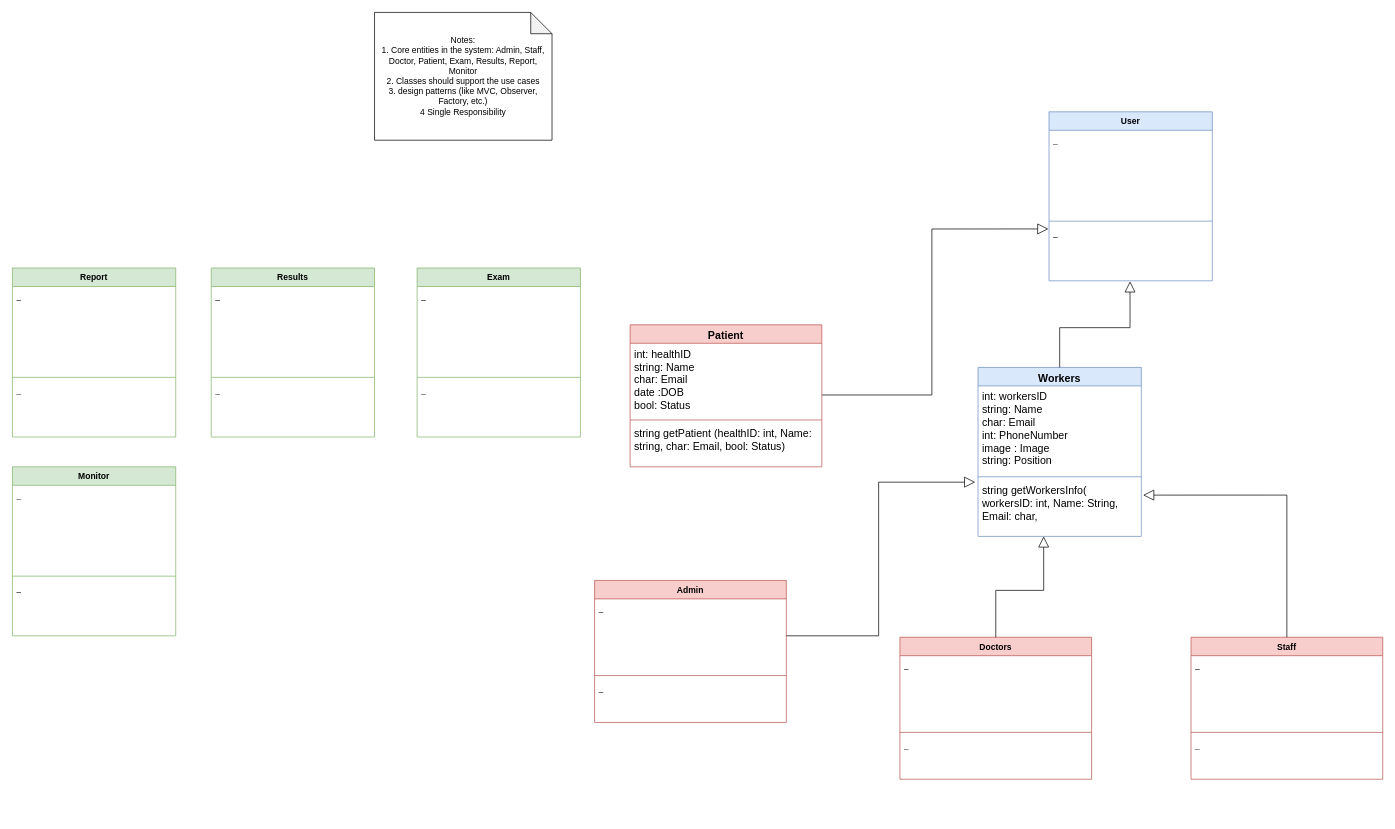
The draw.io diagram Project_Documentation/class_design/3.1 Logical Viewpoint.drawio in IndecentTulip/Online-Health-Monitoring-System, before the edit. Source tidied: cells renumbered, new cells numbered last; positions are measured from the earlier drawing's top-left corner, leaving out a move shared by most shapes. Both pictures are drawn from the tidied source at 71%, with x=0, y=0 at pixel (12, 12).
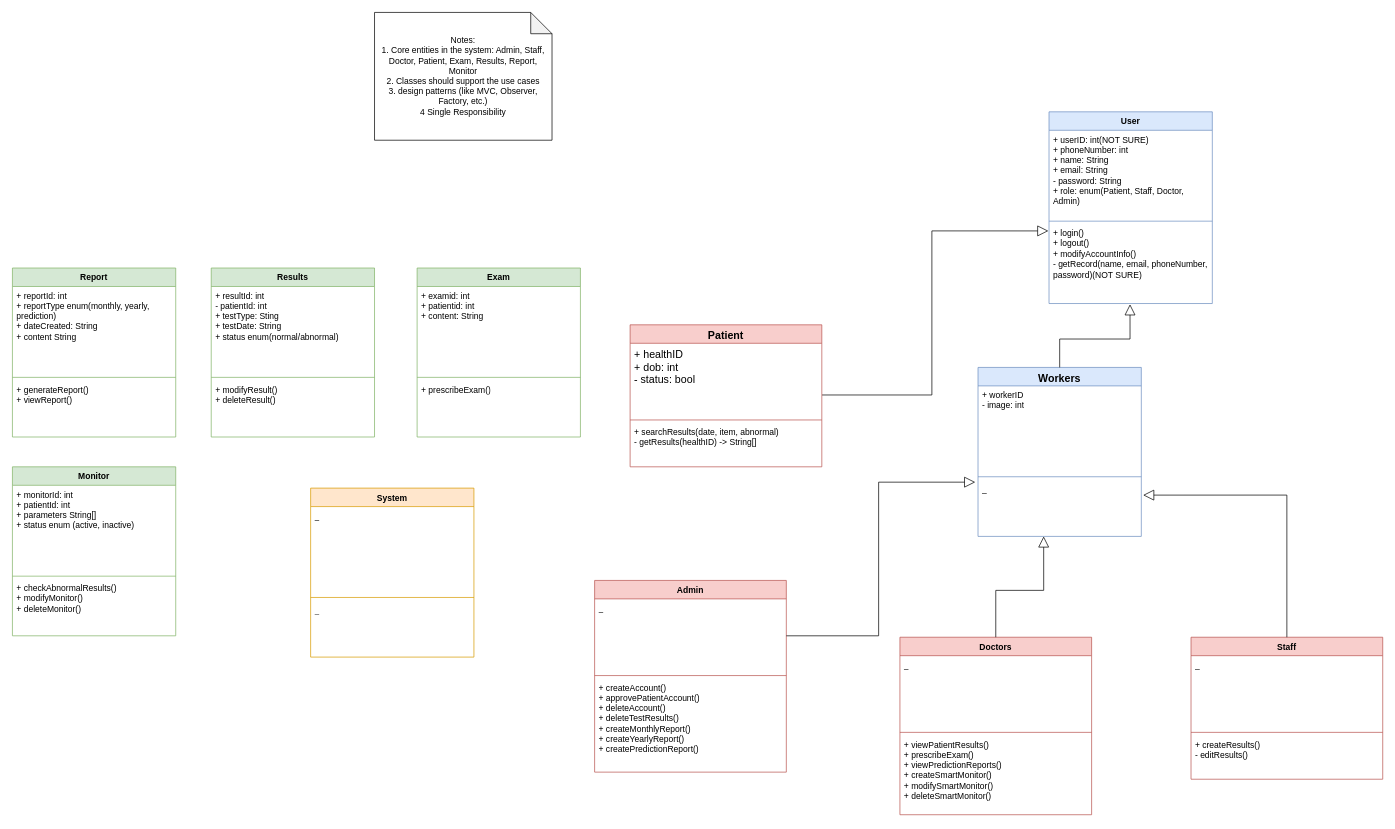
After the change.

The change refers to these unchanged cells:
```xml
<mxCell id="2" value="&lt;font style=&quot;font-size: 15px;&quot;&gt;Workers&lt;/font&gt;" style="swimlane;fontStyle=1;align=center;verticalAlign=top;horizontal=1;startSize=26;whiteSpace=wrap;html=1;fillColor=#dae8fc;strokeColor=#6c8ebf;" parent="1" vertex="1">
  <mxGeometry x="1360" y="500" width="230" height="238" as="geometry" />
</mxCell>
<mxCell id="11" value="Staff" style="swimlane;fontStyle=1;align=center;verticalAlign=top;horizontal=1;startSize=26;whiteSpace=wrap;html=1;fillColor=#f8cecc;strokeColor=#b85450;" parent="1" vertex="1">
  <mxGeometry x="1660" y="880" width="270" height="200" as="geometry" />
</mxCell>
<mxCell id="28" value="&lt;font style=&quot;font-size: 15px;&quot;&gt;Patient&lt;/font&gt;" style="swimlane;fontStyle=1;align=center;verticalAlign=top;horizontal=1;startSize=26;whiteSpace=wrap;html=1;fillColor=#f8cecc;strokeColor=#b85450;" parent="1" vertex="1">
  <mxGeometry x="870" y="440" width="270" height="200" as="geometry" />
</mxCell>
<mxCell id="32" value="Results" style="swimlane;fontStyle=1;align=center;verticalAlign=top;horizontal=1;startSize=26;whiteSpace=wrap;html=1;fillColor=#d5e8d4;strokeColor=#82b366;" parent="1" vertex="1">
  <mxGeometry x="280" y="360" width="230" height="238" as="geometry" />
</mxCell>
<mxCell id="36" value="Exam" style="swimlane;fontStyle=1;align=center;verticalAlign=top;horizontal=1;startSize=26;whiteSpace=wrap;html=1;fillColor=#d5e8d4;strokeColor=#82b366;" parent="1" vertex="1">
  <mxGeometry x="570" y="360" width="230" height="238" as="geometry" />
</mxCell>
<mxCell id="40" value="Report" style="swimlane;fontStyle=1;align=center;verticalAlign=top;horizontal=1;startSize=26;whiteSpace=wrap;html=1;fillColor=#d5e8d4;strokeColor=#82b366;" parent="1" vertex="1">
  <mxGeometry y="360" width="230" height="238" as="geometry" />
</mxCell>
<mxCell id="44" value="Monitor" style="swimlane;fontStyle=1;align=center;verticalAlign=top;horizontal=1;startSize=26;whiteSpace=wrap;html=1;fillColor=#d5e8d4;strokeColor=#82b366;" parent="1" vertex="1">
  <mxGeometry y="640" width="230" height="238" as="geometry" />
</mxCell>
```

Diff of the diagram source:
```diff
@@
-    <mxCell id="3" value="&lt;font style=&quot;font-size: 15px;&quot;&gt;int: workersID&lt;/font&gt;&lt;div&gt;&lt;font style=&quot;font-size: 15px;&quot;&gt;string: Name&lt;/font&gt;&lt;/div&gt;&lt;div&gt;&lt;font style=&quot;font-size: 15px;&quot;&gt;char: Email&lt;/font&gt;&lt;/div&gt;&lt;div&gt;&lt;font style=&quot;font-size: 15px;&quot;&gt;int: PhoneNumber&lt;/font&gt;&lt;/div&gt;&lt;div&gt;&lt;font style=&quot;font-size: 15px;&quot;&gt;image : Image&lt;/font&gt;&lt;/div&gt;&lt;div&gt;&lt;font style=&quot;font-size: 15px;&quot;&gt;string: Position&lt;/font&gt;&lt;/div&gt;" style="text;strokeColor=none;fillColor=none;align=left;verticalAlign=top;spacingLeft=4;spacingRight=4;overflow=hidden;whiteSpace=wrap;html=1;" parent="2" vertex="1">
+    <mxCell id="3" value="+ workerID&lt;br&gt;&lt;div&gt;- image: int&lt;/div&gt;&lt;div&gt;&lt;br&gt;&lt;/div&gt;" style="text;strokeColor=none;fillColor=none;align=left;verticalAlign=top;spacingLeft=4;spacingRight=4;overflow=hidden;whiteSpace=wrap;html=1;" parent="2" vertex="1">
       <mxGeometry y="26" width="230" height="124" as="geometry" />
     </mxCell>
@@
-    <mxCell id="5" value="&lt;span style=&quot;font-size: 15px;&quot;&gt;string getWorkersInfo( workersID: int, Name: String, Email: char,&lt;/span&gt;" style="text;strokeColor=none;fillColor=none;align=left;verticalAlign=top;spacingLeft=4;spacingRight=4;overflow=hidden;points=[[0,0.5],[1,0.5]];portConstraint=eastwest;whiteSpace=wrap;html=1;" parent="2" vertex="1">
+    <mxCell id="5" value="_" style="text;strokeColor=none;fillColor=none;align=left;verticalAlign=top;spacingLeft=4;spacingRight=4;overflow=hidden;points=[[0,0.5],[1,0.5]];portConstraint=eastwest;whiteSpace=wrap;html=1;" parent="2" vertex="1">
       <mxGeometry y="158" width="230" height="80" as="geometry" />
     </mxCell>
@@
     <mxCell id="7" value="Admin" style="swimlane;fontStyle=1;align=center;verticalAlign=top;horizontal=1;startSize=26;whiteSpace=wrap;html=1;fillColor=#f8cecc;strokeColor=#b85450;" parent="1" vertex="1">
-      <mxGeometry x="820" y="800" width="270" height="200" as="geometry" />
+      <mxGeometry x="820" y="800" width="270" height="270" as="geometry" />
     </mxCell>
@@
-    <mxCell id="10" value="_" style="text;strokeColor=none;fillColor=none;align=left;verticalAlign=top;spacingLeft=4;spacingRight=4;overflow=hidden;whiteSpace=wrap;html=1;" parent="7" vertex="1">
-      <mxGeometry y="138" width="270" height="62" as="geometry" />
+    <mxCell id="10" value="+ createAccount()&lt;br&gt;+ approvePatientAccount()&lt;br&gt;+ deleteAccount()&lt;br&gt;+ deleteTestResults()&lt;br&gt;+ createMonthlyReport()&lt;br&gt;+ createYearlyReport()&lt;br&gt;+ createPredictionReport()&lt;br&gt;&lt;div&gt;&lt;br/&gt;&lt;/div&gt;" style="text;strokeColor=none;fillColor=none;align=left;verticalAlign=top;spacingLeft=4;spacingRight=4;overflow=hidden;whiteSpace=wrap;html=1;" parent="7" vertex="1">
+      <mxGeometry y="138" width="270" height="132" as="geometry" />
     </mxCell>
@@
-    <mxCell id="14" value="_" style="text;strokeColor=none;fillColor=none;align=left;verticalAlign=top;spacingLeft=4;spacingRight=4;overflow=hidden;whiteSpace=wrap;html=1;" parent="11" vertex="1">
+    <mxCell id="14" value="+ createResults()&lt;br&gt;- editResults()" style="text;strokeColor=none;fillColor=none;align=left;verticalAlign=top;spacingLeft=4;spacingRight=4;overflow=hidden;whiteSpace=wrap;html=1;" parent="11" vertex="1">
       <mxGeometry y="138" width="270" height="62" as="geometry" />
     </mxCell>
     <mxCell id="15" value="Doctors" style="swimlane;fontStyle=1;align=center;verticalAlign=top;horizontal=1;startSize=26;whiteSpace=wrap;html=1;fillColor=#f8cecc;strokeColor=#b85450;" parent="1" vertex="1">
-      <mxGeometry x="1250" y="880" width="270" height="200" as="geometry" />
+      <mxGeometry x="1250" y="880" width="270" height="250" as="geometry" />
     </mxCell>
@@
-    <mxCell id="18" value="_" style="text;strokeColor=none;fillColor=none;align=left;verticalAlign=top;spacingLeft=4;spacingRight=4;overflow=hidden;whiteSpace=wrap;html=1;" parent="15" vertex="1">
-      <mxGeometry y="138" width="270" height="62" as="geometry" />
+    <mxCell id="18" value="+ viewPatientResults()&lt;br&gt;+ prescribeExam()&lt;br&gt;+ viewPredictionReports()&lt;br&gt;+ createSmartMonitor()&lt;br&gt;+ modifySmartMonitor()&lt;br&gt;+ deleteSmartMonitor()&lt;br&gt;&lt;div&gt;&lt;br&gt;&lt;/div&gt;" style="text;strokeColor=none;fillColor=none;align=left;verticalAlign=top;spacingLeft=4;spacingRight=4;overflow=hidden;whiteSpace=wrap;html=1;" parent="15" vertex="1">
+      <mxGeometry y="138" width="270" height="112" as="geometry" />
     </mxCell>
@@
     <mxCell id="22" value="User" style="swimlane;fontStyle=1;align=center;verticalAlign=top;horizontal=1;startSize=26;whiteSpace=wrap;html=1;fillColor=#dae8fc;strokeColor=#6c8ebf;" parent="1" vertex="1">
-      <mxGeometry x="1460" y="140" width="230" height="238" as="geometry" />
+      <mxGeometry x="1460" y="140" width="230" height="270" as="geometry" />
     </mxCell>
-    <mxCell id="23" value="_" style="text;strokeColor=none;fillColor=none;align=left;verticalAlign=top;spacingLeft=4;spacingRight=4;overflow=hidden;whiteSpace=wrap;html=1;" parent="22" vertex="1">
+    <mxCell id="23" value="&lt;div&gt;+ userID: int(NOT SURE)&lt;/div&gt;&lt;div&gt;+ phoneNumber: int&lt;br&gt;&lt;/div&gt;&lt;div&gt;+ name: String&lt;/div&gt;&lt;div&gt;+ email: String&lt;/div&gt;&lt;div&gt;- password: String&lt;/div&gt;&lt;div&gt;+ role: enum(Patient, Staff, Doctor, Admin)&lt;/div&gt;" style="text;strokeColor=none;fillColor=none;align=left;verticalAlign=top;spacingLeft=4;spacingRight=4;overflow=hidden;whiteSpace=wrap;html=1;" parent="22" vertex="1">
       <mxGeometry y="26" width="230" height="124" as="geometry" />
     </mxCell>
@@
-    <mxCell id="25" value="_" style="text;strokeColor=none;fillColor=none;align=left;verticalAlign=top;spacingLeft=4;spacingRight=4;overflow=hidden;points=[[0,0.5],[1,0.5]];portConstraint=eastwest;whiteSpace=wrap;html=1;" parent="22" vertex="1">
-      <mxGeometry y="158" width="230" height="80" as="geometry" />
+    <mxCell id="25" value="&lt;div&gt;+ login()&lt;/div&gt;&lt;div&gt;+ logout()&lt;/div&gt;&lt;div&gt;+ modifyAccountInfo()&lt;/div&gt;&lt;div&gt;- getRecord(name, email, phoneNumber, password)(NOT SURE)&lt;br&gt;&lt;/div&gt;" style="text;strokeColor=none;fillColor=none;align=left;verticalAlign=top;spacingLeft=4;spacingRight=4;overflow=hidden;points=[[0,0.5],[1,0.5]];portConstraint=eastwest;whiteSpace=wrap;html=1;" parent="22" vertex="1">
+      <mxGeometry y="158" width="230" height="112" as="geometry" />
     </mxCell>
@@
-    <mxCell id="29" value="&lt;font style=&quot;font-size: 15px;&quot;&gt;int: healthID&lt;/font&gt;&lt;div&gt;&lt;font style=&quot;font-size: 15px;&quot;&gt;string: Name&lt;/font&gt;&lt;/div&gt;&lt;div&gt;&lt;font style=&quot;font-size: 15px;&quot;&gt;char: Email&lt;/font&gt;&lt;/div&gt;&lt;div&gt;&lt;span style=&quot;font-size: 15px;&quot;&gt;date :DOB&lt;/span&gt;&lt;/div&gt;&lt;div&gt;&lt;font style=&quot;font-size: 15px;&quot;&gt;bool: Status&lt;/font&gt;&lt;/div&gt;&lt;div&gt;&lt;font style=&quot;font-size: 15px;&quot;&gt;&lt;br&gt;&lt;br&gt;&lt;/font&gt;&lt;/div&gt;" style="text;strokeColor=none;fillColor=none;align=left;verticalAlign=top;spacingLeft=4;spacingRight=4;overflow=hidden;points=[[0,0.5],[1,0.5]];portConstraint=eastwest;whiteSpace=wrap;html=1;" parent="28" vertex="1">
+    <mxCell id="29" value="&lt;div&gt;&lt;span style=&quot;font-size: 15px;&quot;&gt;+ healthID&lt;br&gt;+ dob: int&lt;br&gt;- status: bool&lt;/span&gt;&lt;font style=&quot;font-size: 15px;&quot;&gt;&lt;br&gt;&lt;br&gt;&lt;/font&gt;&lt;/div&gt;" style="text;strokeColor=none;fillColor=none;align=left;verticalAlign=top;spacingLeft=4;spacingRight=4;overflow=hidden;points=[[0,0.5],[1,0.5]];portConstraint=eastwest;whiteSpace=wrap;html=1;" parent="28" vertex="1">
       <mxGeometry y="26" width="270" height="104" as="geometry" />
     </mxCell>
@@
-    <mxCell id="31" value="&lt;span style=&quot;font-size: 15px;&quot;&gt;string getPatient (healthID: int, Name: string, char: Email, bool: Status) &lt;br&gt;&lt;/span&gt;" style="text;strokeColor=none;fillColor=none;align=left;verticalAlign=top;spacingLeft=4;spacingRight=4;overflow=hidden;whiteSpace=wrap;html=1;" parent="28" vertex="1">
+    <mxCell id="31" value="&lt;div&gt;+ searchResults(date, item, abnormal)&lt;br&gt;- getResults(healthID) -&amp;gt; String[]&lt;br&gt;&lt;/div&gt;&lt;div&gt;&lt;br&gt;&lt;/div&gt;" style="text;strokeColor=none;fillColor=none;align=left;verticalAlign=top;spacingLeft=4;spacingRight=4;overflow=hidden;whiteSpace=wrap;html=1;" parent="28" vertex="1">
       <mxGeometry y="138" width="270" height="62" as="geometry" />
     </mxCell>
@@
-    <mxCell id="33" value="_" style="text;strokeColor=none;fillColor=none;align=left;verticalAlign=top;spacingLeft=4;spacingRight=4;overflow=hidden;whiteSpace=wrap;html=1;" parent="32" vertex="1">
+    <mxCell id="33" value="+ resultId: int&lt;br&gt;- patientId: int&lt;br&gt;+ testType: Sting&lt;br&gt;+ testDate: String&lt;br&gt;+ status enum(normal/abnormal)" style="text;strokeColor=none;fillColor=none;align=left;verticalAlign=top;spacingLeft=4;spacingRight=4;overflow=hidden;whiteSpace=wrap;html=1;" parent="32" vertex="1">
       <mxGeometry y="26" width="230" height="124" as="geometry" />
     </mxCell>
@@
-    <mxCell id="35" value="_" style="text;strokeColor=none;fillColor=none;align=left;verticalAlign=top;spacingLeft=4;spacingRight=4;overflow=hidden;whiteSpace=wrap;html=1;" parent="32" vertex="1">
+    <mxCell id="35" value="+ modifyResult()&lt;br&gt;+ deleteResult()" style="text;strokeColor=none;fillColor=none;align=left;verticalAlign=top;spacingLeft=4;spacingRight=4;overflow=hidden;whiteSpace=wrap;html=1;" parent="32" vertex="1">
       <mxGeometry y="158" width="230" height="80" as="geometry" />
     </mxCell>
@@
-    <mxCell id="37" value="_" style="text;strokeColor=none;fillColor=none;align=left;verticalAlign=top;spacingLeft=4;spacingRight=4;overflow=hidden;whiteSpace=wrap;html=1;" parent="36" vertex="1">
+    <mxCell id="37" value="&lt;div&gt;+ examid: int&lt;/div&gt;&lt;div&gt;+ patientid: int&lt;/div&gt;&lt;div&gt;+ content: String&lt;br&gt;&lt;/div&gt;" style="text;strokeColor=none;fillColor=none;align=left;verticalAlign=top;spacingLeft=4;spacingRight=4;overflow=hidden;whiteSpace=wrap;html=1;" parent="36" vertex="1">
       <mxGeometry y="26" width="230" height="124" as="geometry" />
     </mxCell>
@@
-    <mxCell id="39" value="_" style="text;strokeColor=none;fillColor=none;align=left;verticalAlign=top;spacingLeft=4;spacingRight=4;overflow=hidden;whiteSpace=wrap;html=1;" parent="36" vertex="1">
+    <mxCell id="39" value="+ prescribeExam()" style="text;strokeColor=none;fillColor=none;align=left;verticalAlign=top;spacingLeft=4;spacingRight=4;overflow=hidden;whiteSpace=wrap;html=1;" parent="36" vertex="1">
       <mxGeometry y="158" width="230" height="80" as="geometry" />
     </mxCell>
@@
-    <mxCell id="41" value="_" style="text;strokeColor=none;fillColor=none;align=left;verticalAlign=top;spacingLeft=4;spacingRight=4;overflow=hidden;whiteSpace=wrap;html=1;" parent="40" vertex="1">
+    <mxCell id="41" value="+ reportId: int&lt;br&gt;+ reportType enum(monthly, yearly, prediction)&lt;br&gt;+ dateCreated: String&lt;br&gt;+ content String" style="text;strokeColor=none;fillColor=none;align=left;verticalAlign=top;spacingLeft=4;spacingRight=4;overflow=hidden;whiteSpace=wrap;html=1;" parent="40" vertex="1">
       <mxGeometry y="26" width="230" height="124" as="geometry" />
     </mxCell>
@@
-    <mxCell id="43" value="_" style="text;strokeColor=none;fillColor=none;align=left;verticalAlign=top;spacingLeft=4;spacingRight=4;overflow=hidden;whiteSpace=wrap;html=1;" parent="40" vertex="1">
+    <mxCell id="43" value="+ generateReport()&lt;br&gt;+ viewReport()" style="text;strokeColor=none;fillColor=none;align=left;verticalAlign=top;spacingLeft=4;spacingRight=4;overflow=hidden;whiteSpace=wrap;html=1;" parent="40" vertex="1">
       <mxGeometry y="158" width="230" height="80" as="geometry" />
     </mxCell>
@@
-    <mxCell id="45" value="_" style="text;strokeColor=none;fillColor=none;align=left;verticalAlign=top;spacingLeft=4;spacingRight=4;overflow=hidden;whiteSpace=wrap;html=1;" parent="44" vertex="1">
+    <mxCell id="45" value="+ monitorId: int&lt;br&gt;+ patientId: int &lt;br&gt;+ parameters String[]&lt;br&gt;+ status enum (active, inactive)&lt;div&gt;&lt;br/&gt;&lt;/div&gt;" style="text;strokeColor=none;fillColor=none;align=left;verticalAlign=top;spacingLeft=4;spacingRight=4;overflow=hidden;whiteSpace=wrap;html=1;" parent="44" vertex="1">
       <mxGeometry y="26" width="230" height="124" as="geometry" />
     </mxCell>
@@
-    <mxCell id="47" value="_" style="text;strokeColor=none;fillColor=none;align=left;verticalAlign=top;spacingLeft=4;spacingRight=4;overflow=hidden;whiteSpace=wrap;html=1;" parent="44" vertex="1">
+    <mxCell id="47" value="+ checkAbnormalResults()&lt;br&gt;+ modifyMonitor()&lt;br&gt;+ deleteMonitor()&lt;br&gt;&lt;div&gt;&lt;br/&gt;&lt;/div&gt;" style="text;strokeColor=none;fillColor=none;align=left;verticalAlign=top;spacingLeft=4;spacingRight=4;overflow=hidden;whiteSpace=wrap;html=1;" parent="44" vertex="1">
       <mxGeometry y="158" width="230" height="80" as="geometry" />
     </mxCell>
+    <mxCell id="48" value="System" style="swimlane;fontStyle=1;align=center;verticalAlign=top;horizontal=1;startSize=26;whiteSpace=wrap;html=1;fillColor=#ffe6cc;strokeColor=#d79b00;" parent="1" vertex="1">
+      <mxGeometry x="420" y="670" width="230" height="238" as="geometry" />
+    </mxCell>
+    <mxCell id="49" value="_" style="text;strokeColor=none;fillColor=none;align=left;verticalAlign=top;spacingLeft=4;spacingRight=4;overflow=hidden;whiteSpace=wrap;html=1;" parent="48" vertex="1">
+      <mxGeometry y="26" width="230" height="124" as="geometry" />
+    </mxCell>
+    <mxCell id="50" style="line;strokeWidth=1;fillColor=none;align=left;verticalAlign=middle;spacingTop=-1;spacingLeft=3;spacingRight=3;labelPosition=right;strokeColor=inherit;" parent="48" vertex="1">
+      <mxGeometry y="150" width="230" height="8" as="geometry" />
+    </mxCell>
+    <mxCell id="51" value="_" style="text;strokeColor=none;fillColor=none;align=left;verticalAlign=top;spacingLeft=4;spacingRight=4;overflow=hidden;whiteSpace=wrap;html=1;" parent="48" vertex="1">
+      <mxGeometry y="158" width="230" height="80" as="geometry" />
+    </mxCell>
```
